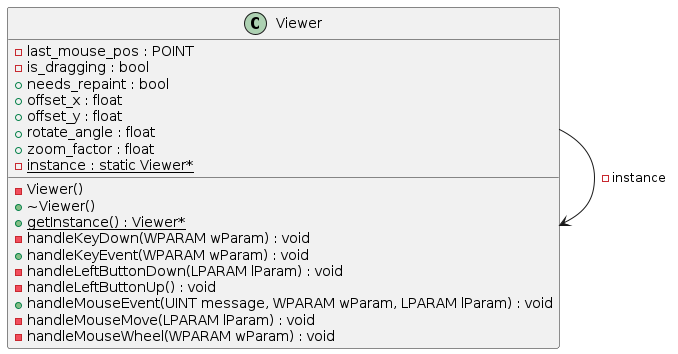
This is diagrams/Viewer.png from ntkwan/csc10003-svg-reader, a PlantUML export, as it was before one commit.
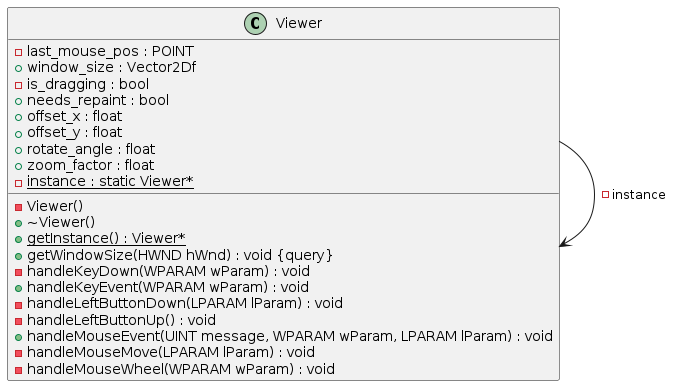
Above is the later version.

What changed in the source:
```diff
@@ -9,6 +9,7 @@
 	-Viewer()
 	+~Viewer()
 	-last_mouse_pos : POINT
+	+window_size : Vector2Df
 	+{static} getInstance() : Viewer*
 	-is_dragging : bool
 	+needs_repaint : bool
@@ -17,6 +18,7 @@
 	+rotate_angle : float
 	+zoom_factor : float
 	-{static} instance : static Viewer*
+	+getWindowSize(HWND hWnd) : void {query}
 	-handleKeyDown(WPARAM wParam) : void
 	+handleKeyEvent(WPARAM wParam) : void
 	-handleLeftButtonDown(LPARAM lParam) : void
```
